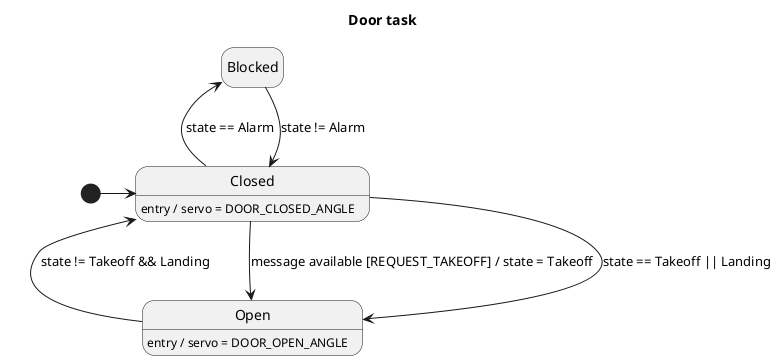
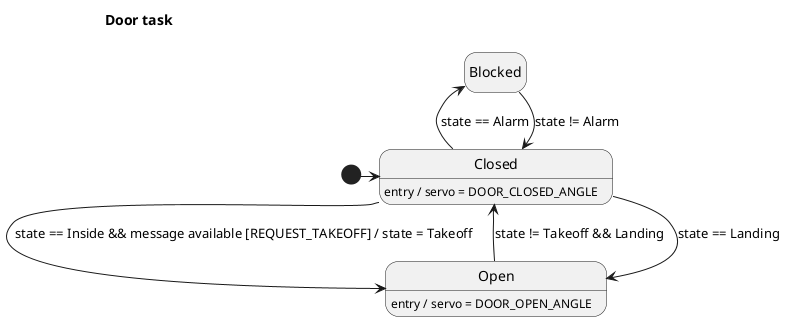
@startuml DoorTask
+ !pragma layout smetana
hide empty description

title "Door task"

state start <<start>>

state "Closed" as closed
closed : entry / servo = DOOR_CLOSED_ANGLE

state "Blocked" as blocked

state "Open" as open
open : entry / servo = DOOR_OPEN_ANGLE

start -r-> closed

closed -u-> blocked : state == Alarm
blocked -d-> closed : state != Alarm
- closed -d-> open : message available [REQUEST_TAKEOFF] / state = Takeoff
- closed -u-> open : state == Takeoff || Landing
+ closed -d-> open : state == Inside && message available [REQUEST_TAKEOFF] / state = Takeoff
+ closed -u-> open : state == Landing

open -l-> closed : state != Takeoff && Landing

@enduml
